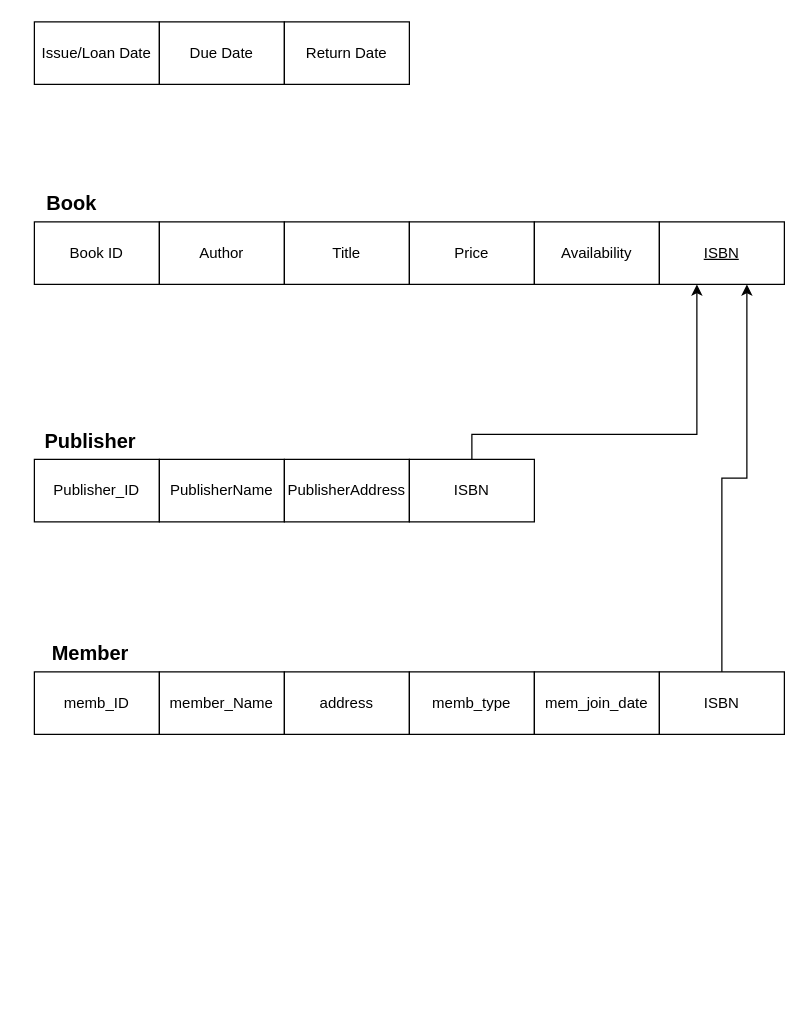
sergio-oliveira-br/Database keeps this draw.io diagram as Untitled Diagram.drawio. Above is the earlier version. Source tidied: cells renumbered, new cells numbered last; positions are measured from the earlier drawing's top-left corner, leaving out a move shared by most shapes. Both pictures are drawn from the tidied source at 125%, with x=0, y=0 at pixel (34, 21).
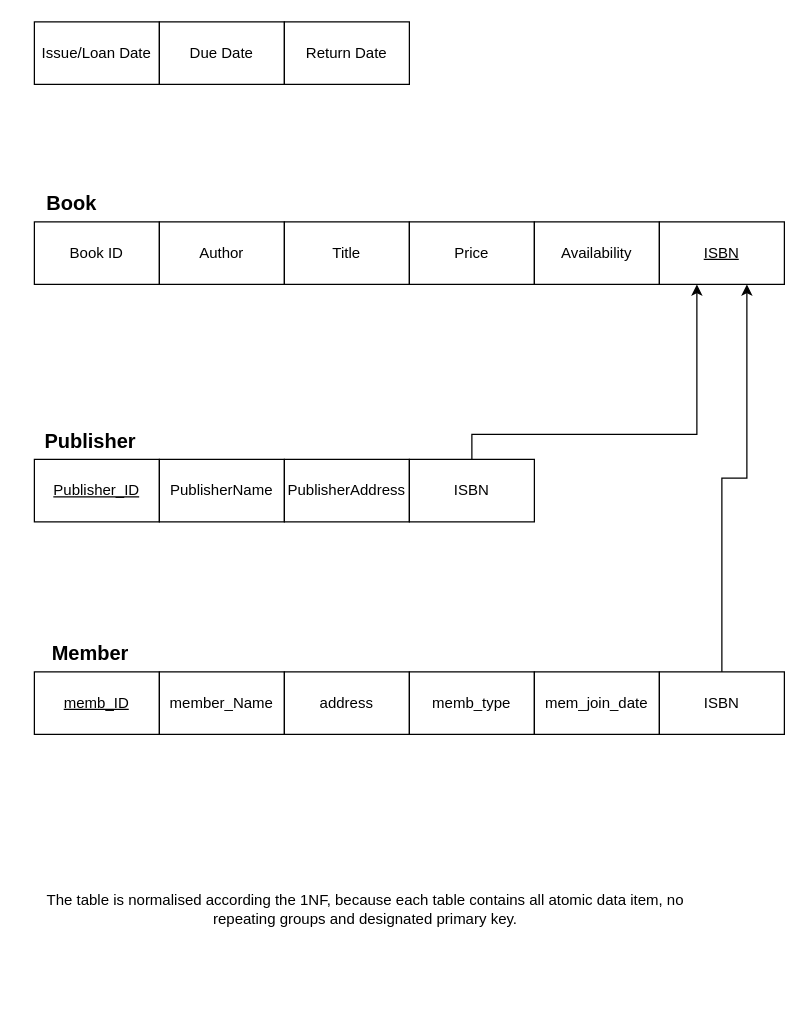
The same diagram, later.

Change to the diagram source:
```diff
@@
-    <mxCell id="8" value="Publisher_ID" style="rounded=0;whiteSpace=wrap;html=1;" parent="1" vertex="1">
+    <mxCell id="8" value="Publisher_ID" style="rounded=0;whiteSpace=wrap;html=1;fontStyle=4;" parent="1" vertex="1">
       <mxGeometry y="350" width="100" height="50" as="geometry" />
     </mxCell>
@@
-    <mxCell id="16" value="memb_ID" style="rounded=0;whiteSpace=wrap;html=1;" parent="1" vertex="1">
+    <mxCell id="16" value="memb_ID" style="rounded=0;whiteSpace=wrap;html=1;fontStyle=4;" parent="1" vertex="1">
       <mxGeometry y="520" width="100" height="50" as="geometry" />
     </mxCell>
@@
+    <mxCell id="26" value="The table is normalised according the 1NF, because each table contains all atomic data item, no repeating groups and designated primary key.&lt;br&gt;" style="text;html=1;strokeColor=none;fillColor=none;align=center;verticalAlign=middle;whiteSpace=wrap;rounded=0;" parent="1" vertex="1">
+      <mxGeometry x="-10" y="640" width="550" height="140" as="geometry" />
+    </mxCell>
```
